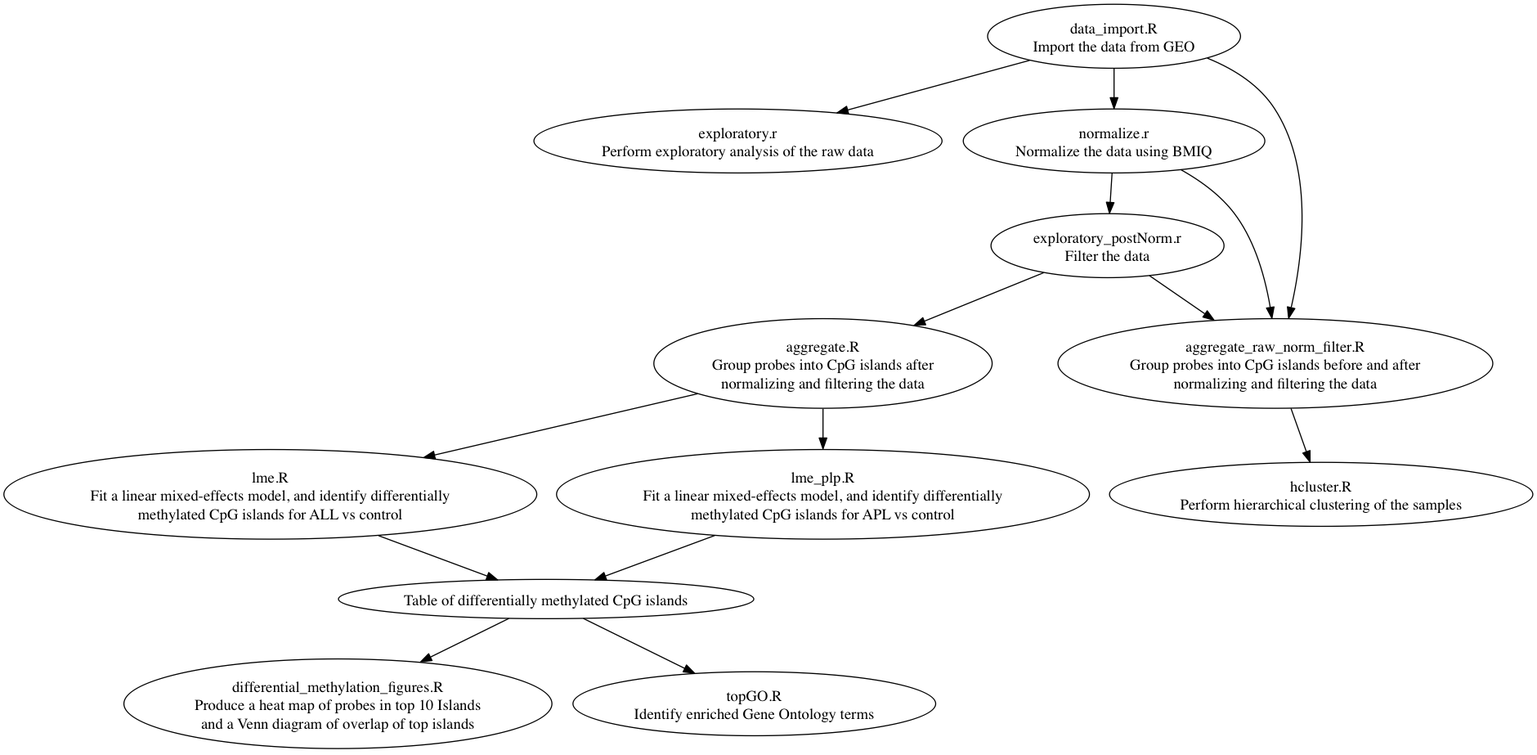
sjackman/stat540-project keeps this Graphviz diagram as flowchart.png. Above is the earlier version. Its source is kept beside it as flowchart.dot.
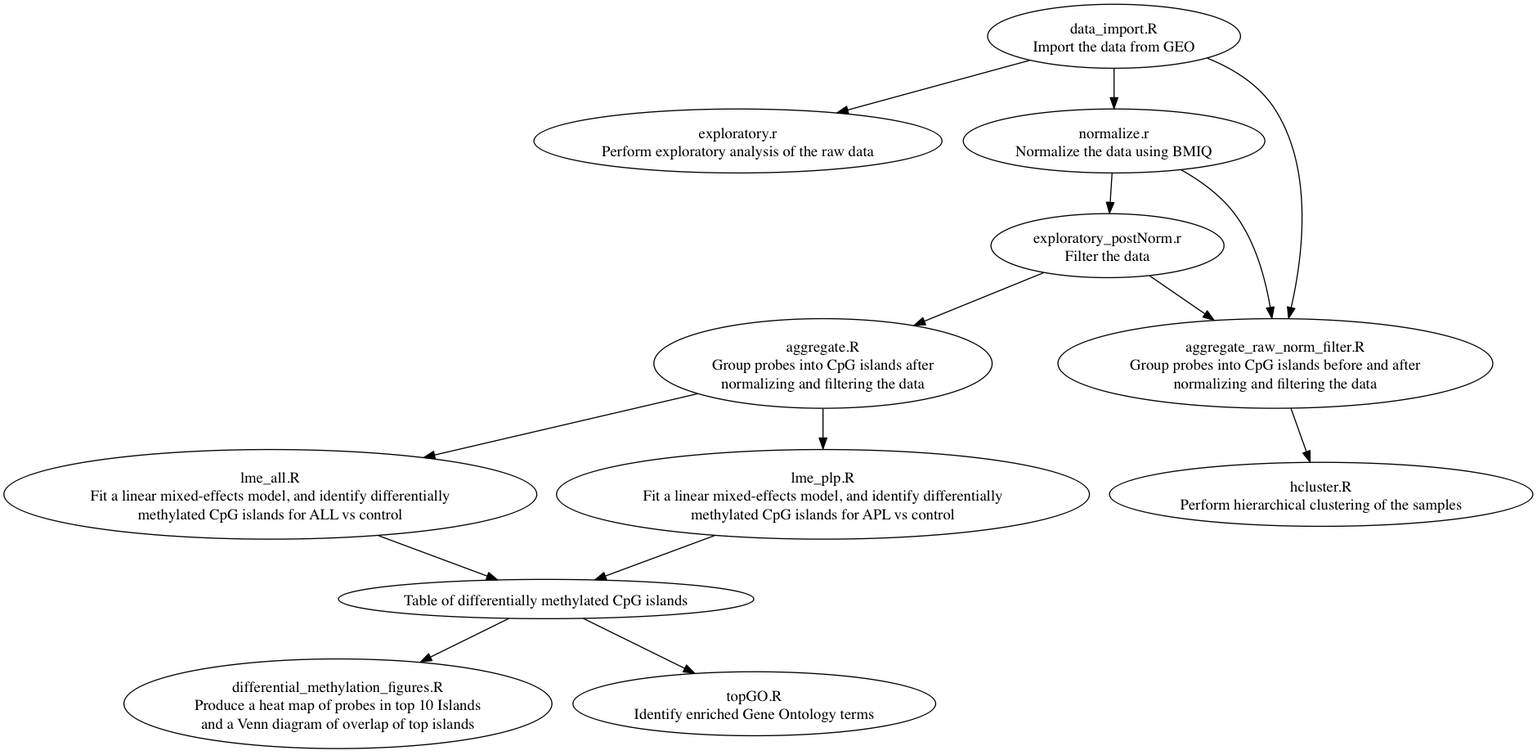
Later version of the same file.

The edit, as a diff of the source:
```diff
@@ -31,7 +31,7 @@
 Perform hierarchical clustering of the samples"]
 
 lme
-[label="lme.R\n\
+[label="lme_all.R\n\
 Fit a linear mixed-effects model, and identify differentially\n\
 methylated CpG islands for ALL vs control"]
 
```
